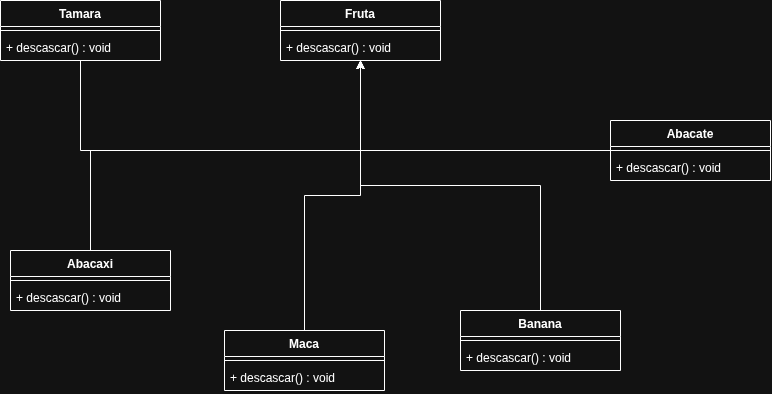
This is Arquivos/DiagramasUML/UMLFruta.png from Gabriel-Verdin/poo-fatec, a draw.io export, as it was before one commit. Source tidied: cells renumbered, new cells last; positions are measured from the earlier drawing's top-left corner, leaving out a move shared by most shapes.
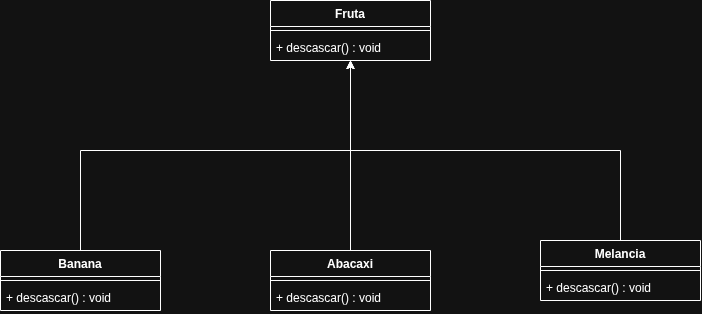
After the commit.

What changed in the source:
```diff
@@ -11,18 +11,6 @@
     <mxCell id="4" value="+ descascar() : void" style="text;strokeColor=none;fillColor=none;align=left;verticalAlign=top;spacingLeft=4;spacingRight=4;overflow=hidden;whiteSpace=wrap;html=1;" parent="2" vertex="1">
       <mxGeometry y="34" width="160" height="26" as="geometry" />
     </mxCell>
-    <mxCell id="5" style="edgeStyle=orthogonalEdgeStyle;rounded=0;jettySize=auto;html=1;defaultLabelBackgroundColor=page;" parent="1" edge="1" source="6" target="2">
-      <mxGeometry relative="1" as="geometry" />
-    </mxCell>
-    <mxCell id="6" value="Abacate" style="swimlane;fontStyle=1;align=center;verticalAlign=top;horizontal=1;startSize=26;whiteSpace=wrap;html=1;" parent="1" vertex="1">
-      <mxGeometry x="610" y="120" width="160" height="60" as="geometry" />
-    </mxCell>
-    <mxCell id="7" style="line;strokeWidth=1;fillColor=none;align=left;verticalAlign=middle;spacingTop=-1;spacingLeft=3;spacingRight=3;labelPosition=right;strokeColor=inherit;labelPerimeter=1;" parent="6" vertex="1">
-      <mxGeometry y="26" width="160" height="8" as="geometry" />
-    </mxCell>
-    <mxCell id="8" value="+ descascar() : void" style="text;strokeColor=none;fillColor=none;align=left;verticalAlign=top;spacingLeft=4;spacingRight=4;overflow=hidden;whiteSpace=wrap;html=1;" parent="6" vertex="1">
-      <mxGeometry y="34" width="160" height="26" as="geometry" />
-    </mxCell>
     <mxCell id="9" style="edgeStyle=orthogonalEdgeStyle;rounded=0;jettySize=auto;html=1;defaultLabelBackgroundColor=page;exitX=0.5;exitY=0;exitDx=0;exitDy=0;" parent="1" edge="1" source="10" target="2">
       <mxGeometry relative="1" as="geometry">
         <Array as="points">
@@ -31,7 +19,7 @@
         </Array>
       </mxGeometry>
     </mxCell>
-    <mxCell id="10" value="Abacaxi" style="swimlane;fontStyle=1;align=center;verticalAlign=top;horizontal=1;startSize=26;whiteSpace=wrap;html=1;" parent="1" vertex="1">
+    <mxCell id="10" value="Banana" style="swimlane;fontStyle=1;align=center;verticalAlign=top;horizontal=1;startSize=26;whiteSpace=wrap;html=1;" parent="1" vertex="1">
       <mxGeometry x="10" y="250" width="160" height="60" as="geometry" />
     </mxCell>
     <mxCell id="11" style="line;strokeWidth=1;fillColor=none;align=left;verticalAlign=middle;spacingTop=-1;spacingLeft=3;spacingRight=3;labelPosition=right;strokeColor=inherit;labelPerimeter=1;" parent="10" vertex="1">
@@ -40,23 +28,11 @@
     <mxCell id="12" value="+ descascar() : void" style="text;strokeColor=none;fillColor=none;align=left;verticalAlign=top;spacingLeft=4;spacingRight=4;overflow=hidden;whiteSpace=wrap;html=1;" parent="10" vertex="1">
       <mxGeometry y="34" width="160" height="26" as="geometry" />
     </mxCell>
-    <mxCell id="13" style="edgeStyle=orthogonalEdgeStyle;rounded=0;jettySize=auto;html=1;defaultLabelBackgroundColor=page;" parent="1" edge="1" source="14" target="2">
-      <mxGeometry relative="1" as="geometry" />
-    </mxCell>
-    <mxCell id="14" value="Maca" style="swimlane;fontStyle=1;align=center;verticalAlign=top;horizontal=1;startSize=26;whiteSpace=wrap;html=1;" parent="1" vertex="1">
-      <mxGeometry x="224" y="330" width="160" height="60" as="geometry" />
-    </mxCell>
-    <mxCell id="15" style="line;strokeWidth=1;fillColor=none;align=left;verticalAlign=middle;spacingTop=-1;spacingLeft=3;spacingRight=3;labelPosition=right;strokeColor=inherit;labelPerimeter=1;" parent="14" vertex="1">
-      <mxGeometry y="26" width="160" height="8" as="geometry" />
-    </mxCell>
-    <mxCell id="16" value="+ descascar() : void" style="text;strokeColor=none;fillColor=none;align=left;verticalAlign=top;spacingLeft=4;spacingRight=4;overflow=hidden;whiteSpace=wrap;html=1;" parent="14" vertex="1">
-      <mxGeometry y="34" width="160" height="26" as="geometry" />
-    </mxCell>
     <mxCell id="17" style="edgeStyle=orthogonalEdgeStyle;rounded=0;jettySize=auto;html=1;defaultLabelBackgroundColor=page;exitX=0.5;exitY=0;exitDx=0;exitDy=0;" parent="1" edge="1" source="18" target="2">
       <mxGeometry relative="1" as="geometry" />
     </mxCell>
-    <mxCell id="18" value="Banana" style="swimlane;fontStyle=1;align=center;verticalAlign=top;horizontal=1;startSize=26;whiteSpace=wrap;html=1;" parent="1" vertex="1">
-      <mxGeometry x="460" y="310" width="160" height="60" as="geometry" />
+    <mxCell id="18" value="Melancia" style="swimlane;fontStyle=1;align=center;verticalAlign=top;horizontal=1;startSize=26;whiteSpace=wrap;html=1;" parent="1" vertex="1">
+      <mxGeometry x="550" y="240" width="160" height="60" as="geometry" />
     </mxCell>
     <mxCell id="19" style="line;strokeWidth=1;fillColor=none;align=left;verticalAlign=middle;spacingTop=-1;spacingLeft=3;spacingRight=3;labelPosition=right;strokeColor=inherit;labelPerimeter=1;" parent="18" vertex="1">
       <mxGeometry y="26" width="160" height="8" as="geometry" />
@@ -64,16 +40,11 @@
     <mxCell id="20" value="+ descascar() : void" style="text;strokeColor=none;fillColor=none;align=left;verticalAlign=top;spacingLeft=4;spacingRight=4;overflow=hidden;whiteSpace=wrap;html=1;" parent="18" vertex="1">
       <mxGeometry y="34" width="160" height="26" as="geometry" />
     </mxCell>
-    <mxCell id="21" style="edgeStyle=orthogonalEdgeStyle;rounded=0;jettySize=auto;html=1;defaultLabelBackgroundColor=page;entryX=0.5;entryY=1;entryDx=0;entryDy=0;exitX=0.5;exitY=1;exitDx=0;exitDy=0;" parent="1" edge="1" source="22" target="2">
-      <mxGeometry x="-0.56" relative="1" as="geometry">
-        <Array as="points">
-          <mxPoint x="80" y="150" />
-          <mxPoint x="360" y="150" />
-        </Array>
-      </mxGeometry>
+    <mxCell id="21" style="edgeStyle=orthogonalEdgeStyle;rounded=0;jettySize=auto;html=1;defaultLabelBackgroundColor=page;entryX=0.5;entryY=1;entryDx=0;entryDy=0;exitX=0.5;exitY=0;exitDx=0;exitDy=0;" parent="1" edge="1" source="22" target="2">
+      <mxGeometry x="-0.56" relative="1" as="geometry" />
     </mxCell>
-    <mxCell id="22" value="Tamara" style="swimlane;fontStyle=1;align=center;verticalAlign=top;horizontal=1;startSize=26;whiteSpace=wrap;html=1;" parent="1" vertex="1">
-      <mxGeometry width="160" height="60" as="geometry" />
+    <mxCell id="22" value="Abacaxi" style="swimlane;fontStyle=1;align=center;verticalAlign=top;horizontal=1;startSize=26;whiteSpace=wrap;html=1;" parent="1" vertex="1">
+      <mxGeometry x="280" y="250" width="160" height="60" as="geometry" />
     </mxCell>
     <mxCell id="23" style="line;strokeWidth=1;fillColor=none;align=left;verticalAlign=middle;spacingTop=-1;spacingLeft=3;spacingRight=3;labelPosition=right;strokeColor=inherit;labelPerimeter=1;" parent="22" vertex="1">
       <mxGeometry y="26" width="160" height="8" as="geometry" />
```
